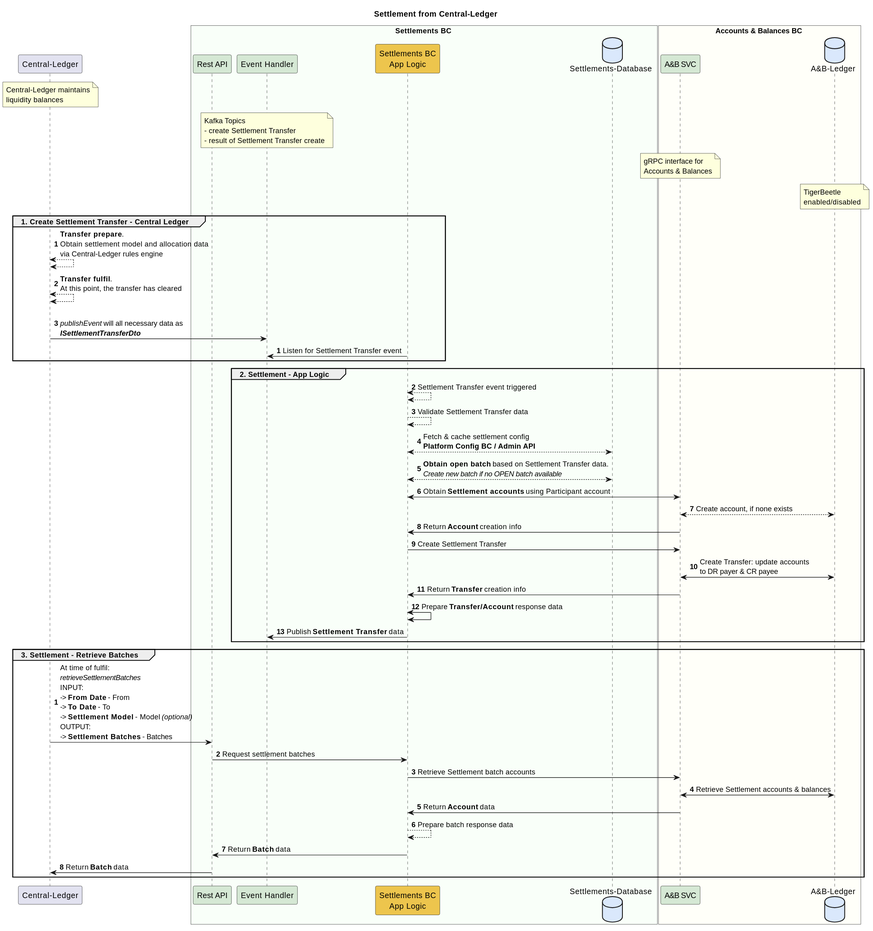
Earlier version of the PlantUML export docs/flows/01-settlement-transfer-cl.svg (mojaloop/settlements-bc).
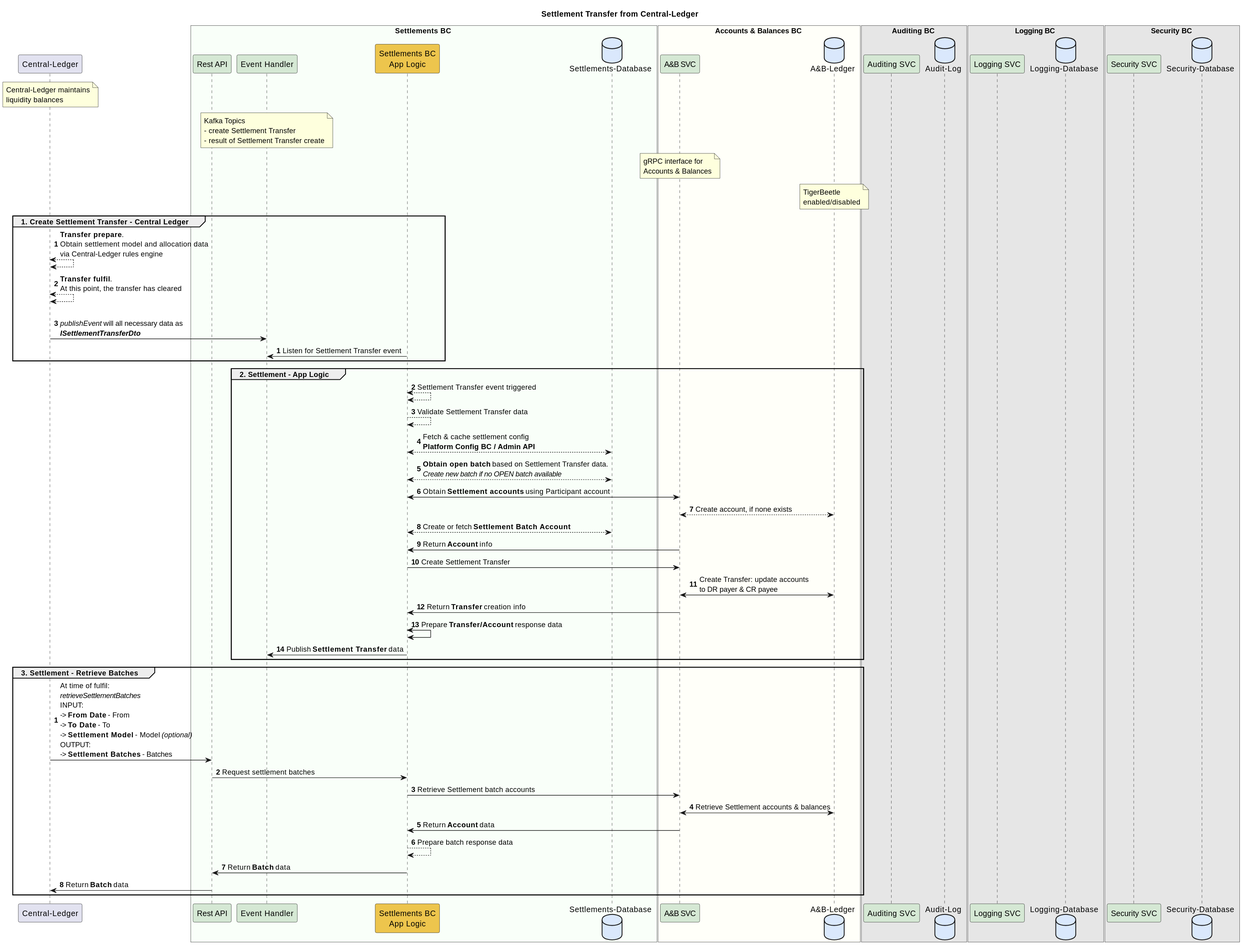
After the change.

Change to the diagram source:
```diff
@@ -1,5 +1,5 @@
 @startuml
-title Settlement from Central-Ledger
+title Settlement Transfer from Central-Ledger
 
 participant "Central-Ledger" as ext_cl
 note over ext_cl
@@ -32,6 +32,21 @@
     end note
 end box
 
+box Auditing BC #E6E6E6
+    participant "Auditing SVC" as audit_svc #D5E8D4
+    database "Audit-Log" as audit_db #DAE8FC
+end box
+
+box Logging BC #E6E6E6
+    participant "Logging SVC" as logging_svc #D5E8D4
+    database "Logging-Database" as logging_db #DAE8FC
+end box
+
+box Security BC #E6E6E6
+    participant "Security SVC" as security_svc #D5E8D4
+    database "Security-Database" as security_db #DAE8FC
+end box
+
 group 1. Create Settlement Transfer - Central Ledger
 autonumber
     ext_cl <--> ext_cl : **Transfer prepare**. \nObtain settlement model and allocation data\nvia Central-Ledger rules engine
@@ -48,7 +63,8 @@
     sbc_app_logic <--> sbc_db : **Obtain open batch** based on Settlement Transfer data.\n//Create new batch if no OPEN batch available//
     sbc_app_logic <-> abbc_grpc : Obtain **Settlement accounts** using Participant account
     abbc_grpc <--> abbc_tigerbeetle : Create account, if none exists
-    abbc_grpc -> sbc_app_logic : Return **Account** creation info
+    sbc_app_logic <--> sbc_db : Create or fetch **Settlement Batch Account**
+    abbc_grpc -> sbc_app_logic : Return **Account** info
     sbc_app_logic -> abbc_grpc: Create Settlement Transfer
     abbc_grpc <-> abbc_tigerbeetle: Create Transfer: update accounts \nto DR payer & CR payee
     abbc_grpc -> sbc_app_logic : Return **Transfer** creation info
```
